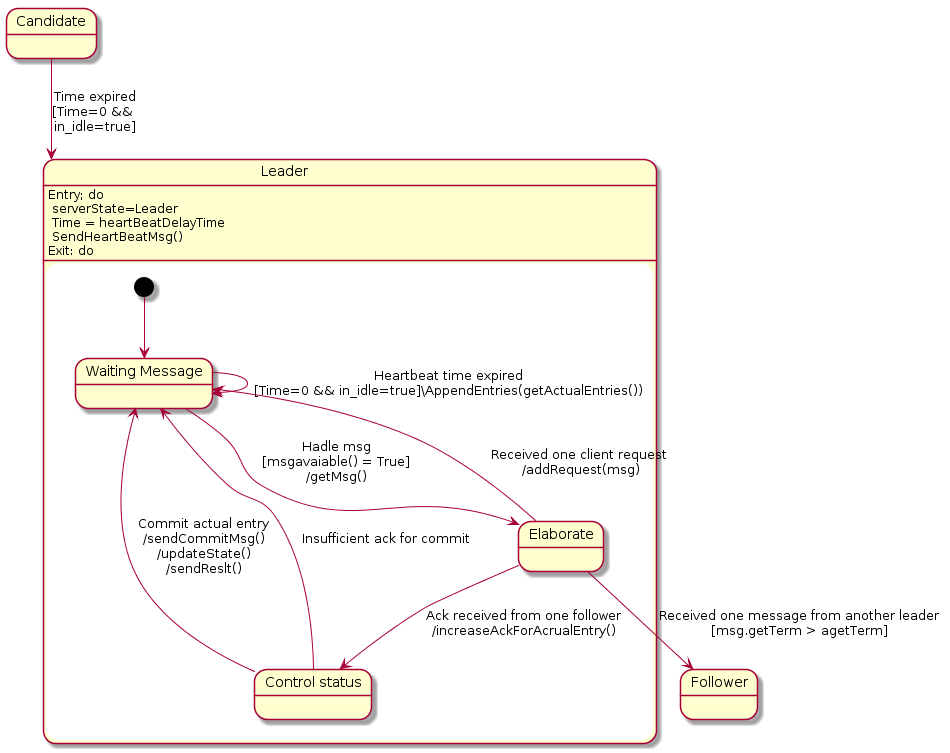
Before: doc/plantuml/rendered/StateDiagram/Leader.png, a diagram exported from PlantUML (thedevstone/akka-raft).
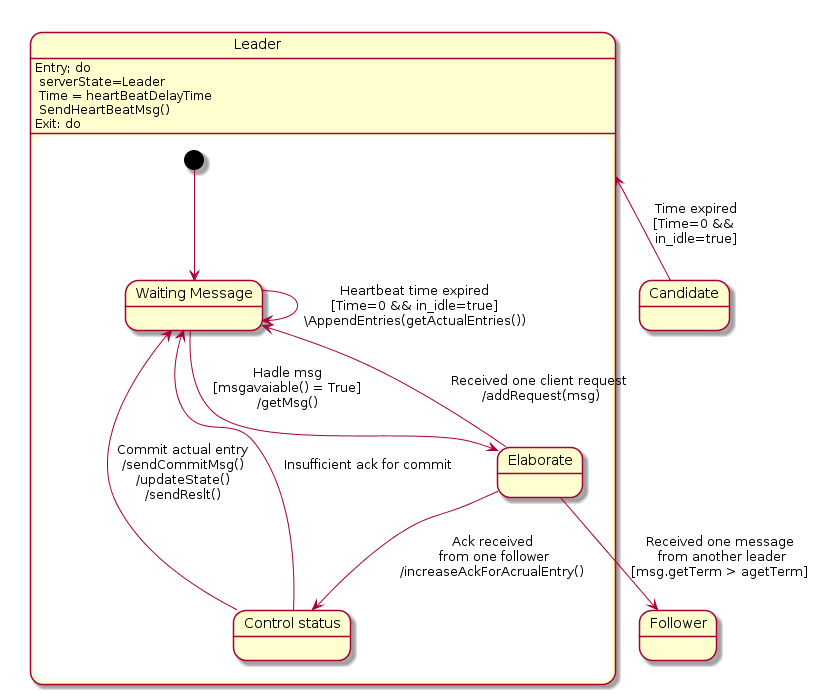
Later version of the same file.

Change to the diagram source:
```diff
@@ -1,6 +1,6 @@
 @startuml
 state "Candidate" as Candidate
-    Candidate --> Leader : Time expired\n[Time=0 && \nin_idle=true]
+    Candidate -u-> Leader : Time expired\n[Time=0 && \nin_idle=true]
   state "Follower" as Follower
 
   state "Leader" as Leader {
@@ -10,13 +10,13 @@
     state "Waiting Message" as WaitingMessage
     state "Elaborate" as LeaderElaborate
     state "Control status" as ControlStatus
-    WaitingMessage --> WaitingMessage : Heartbeat time expired\n[Time=0 && in_idle=true]\AppendEntries(getActualEntries())
+    WaitingMessage --> WaitingMessage : Heartbeat time expired\n[Time=0 && in_idle=true]\n\AppendEntries(getActualEntries())
     WaitingMessage --> LeaderElaborate : Hadle msg\n[msgavaiable() = True]\n/getMsg()
-    LeaderElaborate --> ControlStatus : Ack received from one follower\n/increaseAckForAcrualEntry()
+    LeaderElaborate --> ControlStatus : Ack received\n from one follower\n/increaseAckForAcrualEntry()
     LeaderElaborate --> WaitingMessage : Received one client request\n /addRequest(msg)
     ControlStatus --> WaitingMessage : Commit actual entry\n/sendCommitMsg()\n/updateState()\n/sendReslt()
     ControlStatus --> WaitingMessage : Insufficient ack for commit\n
 
-    LeaderElaborate --> Follower : Received one message from another leader\n[msg.getTerm > agetTerm]
+    LeaderElaborate --> Follower : Received one message\n from another leader\n[msg.getTerm > agetTerm]
   }
 @enduml
```
